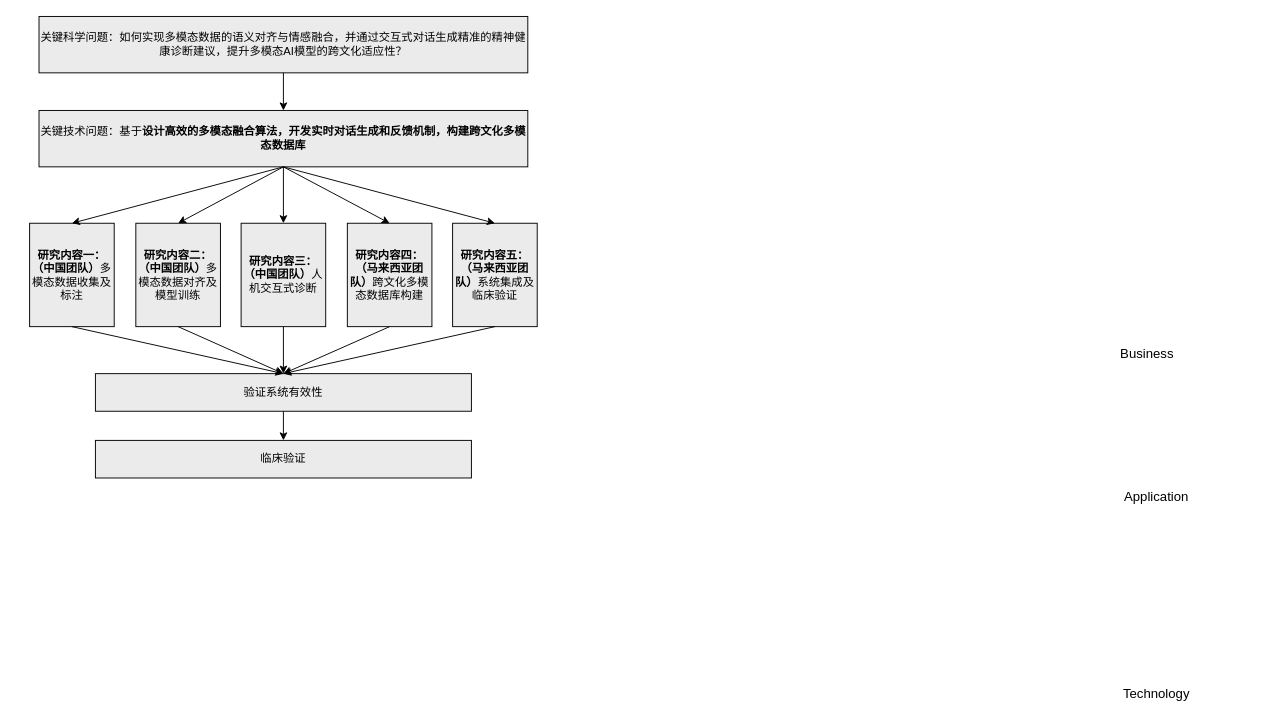
Before: Untitled Diagram.drawio in Kirito12580/Liu, a draw.io diagram. Source tidied: cells renumbered, new cells numbered last; positions are measured from the earlier drawing's top-left corner, leaving out a move shared by most shapes. Both pictures are drawn from the tidied source at 94%, with x=0, y=0 at pixel (29, 16).
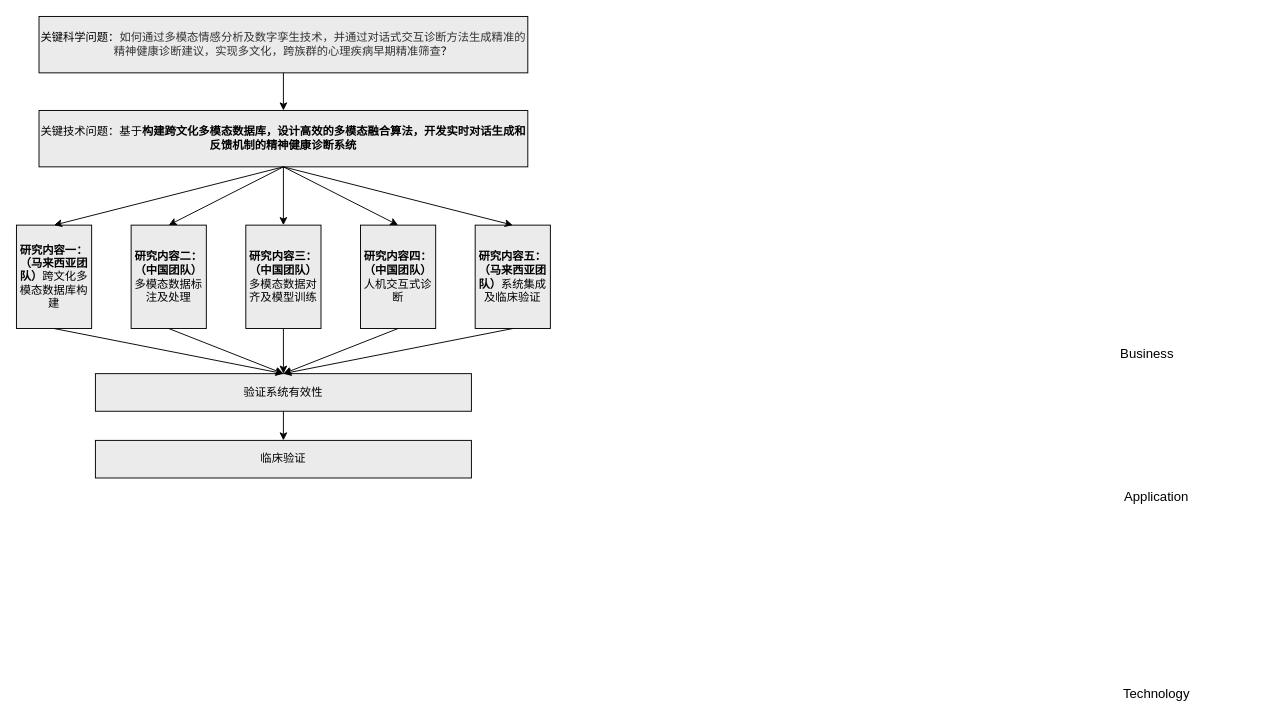
The same page after the edit.

Unchanged cells that the change refers to:
```xml
<mxCell id="12" value="验证系统有效性" style="html=1;outlineConnect=0;whiteSpace=wrap;fillColor=#EBEBEB;shape=mxgraph.archimate3.application;appType=generic;archiType=square;" parent="1" vertex="1">
  <mxGeometry x="70" y="380" width="400" height="40" as="geometry" />
</mxCell>
```

The edit, as a diff of the source:
```diff
@@
-    <mxCell id="5" value="关键科学问题：如何实现多模态数据的语义对齐与情感融合，并通过交互式对话生成精准的精神健康诊断建议，提升多模态AI模型的跨文化适应性？" style="html=1;outlineConnect=0;whiteSpace=wrap;fillColor=#EBEBEB;shape=mxgraph.archimate3.application;appType=generic;archiType=square;" parent="1" vertex="1">
+    <mxCell id="5" value="关键科学问题：&lt;span style=&quot;color: rgb(51, 51, 51); letter-spacing: 0pt; text-align: justify; text-indent: 2em;&quot;&gt;&lt;font face=&quot;Helvetica&quot; style=&quot;font-size: 12px;&quot;&gt;如何通过多模态情感分析及数字孪生技术，并通过对话式交互诊断方法生成精准的精神健康诊断建议，实现多文化，跨族群的心理疾病早期精准筛查&lt;/font&gt;&lt;/span&gt;&lt;span style=&quot;background-color: initial;&quot;&gt;？&lt;/span&gt;&lt;div style=&quot;font-size: medium; text-align: start;&quot;&gt;&lt;/div&gt;" style="html=1;outlineConnect=0;whiteSpace=wrap;fillColor=#EBEBEB;shape=mxgraph.archimate3.application;appType=generic;archiType=square;" parent="1" vertex="1">
       <mxGeometry x="10" width="520" height="60" as="geometry" />
     </mxCell>
-    <mxCell id="6" value="关键技术问题：基于&lt;b&gt;设计高效的多模态融合算法，开发实时对话生成和反馈机制，构建跨文化多模态数据库&lt;/b&gt;" style="html=1;outlineConnect=0;whiteSpace=wrap;fillColor=#EBEBEB;shape=mxgraph.archimate3.application;appType=generic;archiType=square;" parent="1" vertex="1">
+    <mxCell id="6" value="关键技术问题：基于&lt;b&gt;构建跨文化多模态数据库，&lt;/b&gt;&lt;b&gt;设计高效的多模态融合算法，开发实时对话生成和反馈机制的精神健康诊断系统&lt;/b&gt;" style="html=1;outlineConnect=0;whiteSpace=wrap;fillColor=#EBEBEB;shape=mxgraph.archimate3.application;appType=generic;archiType=square;" parent="1" vertex="1">
       <mxGeometry x="10" y="100" width="520" height="60" as="geometry" />
     </mxCell>
-    <mxCell id="7" value="&lt;b&gt;研究内容一：（中国团队）&lt;/b&gt;多模态数据收集及标注" style="html=1;outlineConnect=0;whiteSpace=wrap;fillColor=#EBEBEB;shape=mxgraph.archimate3.application;appType=generic;archiType=square;" parent="1" vertex="1">
-      <mxGeometry y="220" width="90" height="110" as="geometry" />
+    <mxCell id="7" value="&lt;b&gt;研究内容二：（中国团队）&lt;/b&gt;多模态数据标注及处理" style="html=1;outlineConnect=0;whiteSpace=wrap;fillColor=#EBEBEB;shape=mxgraph.archimate3.application;appType=generic;archiType=square;" parent="1" vertex="1">
+      <mxGeometry x="108" y="222" width="80" height="110" as="geometry" />
     </mxCell>
-    <mxCell id="8" value="&lt;b&gt;研究内容二：（中国团队）&lt;/b&gt;多模态数据对齐及模型训练" style="html=1;outlineConnect=0;whiteSpace=wrap;fillColor=#EBEBEB;shape=mxgraph.archimate3.application;appType=generic;archiType=square;" parent="1" vertex="1">
-      <mxGeometry x="113" y="220" width="90" height="110" as="geometry" />
+    <mxCell id="8" value="&lt;b&gt;研究内容三：（中国团队）&lt;/b&gt;多模态数据对齐及模型训练" style="html=1;outlineConnect=0;whiteSpace=wrap;fillColor=#EBEBEB;shape=mxgraph.archimate3.application;appType=generic;archiType=square;" parent="1" vertex="1">
+      <mxGeometry x="230" y="222" width="80" height="110" as="geometry" />
     </mxCell>
-    <mxCell id="9" value="&lt;b&gt;研究内容三：（中国团队）&lt;/b&gt;人机交互式诊断" style="html=1;outlineConnect=0;whiteSpace=wrap;fillColor=#EBEBEB;shape=mxgraph.archimate3.application;appType=generic;archiType=square;" parent="1" vertex="1">
-      <mxGeometry x="225" y="220" width="90" height="110" as="geometry" />
+    <mxCell id="9" value="&lt;b&gt;研究内容四：（中国团队）&lt;/b&gt;人机交互式诊断" style="html=1;outlineConnect=0;whiteSpace=wrap;fillColor=#EBEBEB;shape=mxgraph.archimate3.application;appType=generic;archiType=square;" parent="1" vertex="1">
+      <mxGeometry x="352" y="222" width="80" height="110" as="geometry" />
     </mxCell>
-    <mxCell id="10" value="&lt;b&gt;研究内容四：（马来西亚团队）&lt;/b&gt;跨文化多模态数据库构建" style="html=1;outlineConnect=0;whiteSpace=wrap;fillColor=#EBEBEB;shape=mxgraph.archimate3.application;appType=generic;archiType=square;" parent="1" vertex="1">
-      <mxGeometry x="338" y="220" width="90" height="110" as="geometry" />
+    <mxCell id="10" value="&lt;b&gt;研究内容一：（马来西亚团队）&lt;/b&gt;跨文化多模态数据库构建" style="html=1;outlineConnect=0;whiteSpace=wrap;fillColor=#EBEBEB;shape=mxgraph.archimate3.application;appType=generic;archiType=square;" parent="1" vertex="1">
+      <mxGeometry x="-14" y="222" width="80" height="110" as="geometry" />
     </mxCell>
     <mxCell id="11" value="&lt;b&gt;研究内容五：（马来西亚团队）&lt;/b&gt;系统集成及临床验证" style="html=1;outlineConnect=0;whiteSpace=wrap;fillColor=#EBEBEB;shape=mxgraph.archimate3.application;appType=generic;archiType=square;" parent="1" vertex="1">
-      <mxGeometry x="450" y="220" width="90" height="110" as="geometry" />
+      <mxGeometry x="474" y="222" width="80" height="110" as="geometry" />
     </mxCell>
@@
-    <mxCell id="16" style="rounded=0;jettySize=auto;html=1;exitX=0.5;exitY=1;exitDx=0;exitDy=0;exitPerimeter=0;entryX=0.5;entryY=0;entryDx=0;entryDy=0;entryPerimeter=0;" parent="1" edge="1" source="6" target="8">
+    <mxCell id="16" style="rounded=0;jettySize=auto;html=1;exitX=0.5;exitY=1;exitDx=0;exitDy=0;exitPerimeter=0;entryX=0.5;entryY=0;entryDx=0;entryDy=0;entryPerimeter=0;edgeStyle=orthogonalEdgeStyle;" parent="1" edge="1" source="6" target="8">
       <mxGeometry relative="1" as="geometry" />
     </mxCell>
-    <mxCell id="17" style="edgeStyle=orthogonalEdgeStyle;rounded=0;jettySize=auto;html=1;exitX=0.5;exitY=1;exitDx=0;exitDy=0;exitPerimeter=0;entryX=0.5;entryY=0;entryDx=0;entryDy=0;entryPerimeter=0;" parent="1" edge="1" source="6" target="9">
+    <mxCell id="17" style="rounded=0;jettySize=auto;html=1;exitX=0.5;exitY=1;exitDx=0;exitDy=0;exitPerimeter=0;entryX=0.5;entryY=0;entryDx=0;entryDy=0;entryPerimeter=0;" parent="1" edge="1" source="6" target="9">
       <mxGeometry relative="1" as="geometry" />
     </mxCell>
@@
-    <mxCell id="22" style="rounded=0;jettySize=auto;html=1;exitX=0.5;exitY=1;exitDx=0;exitDy=0;exitPerimeter=0;entryX=0.5;entryY=0;entryDx=0;entryDy=0;entryPerimeter=0;" parent="1" edge="1" source="8" target="12">
+    <mxCell id="22" style="rounded=0;jettySize=auto;html=1;exitX=0.5;exitY=1;exitDx=0;exitDy=0;exitPerimeter=0;entryX=0.5;entryY=0;entryDx=0;entryDy=0;entryPerimeter=0;edgeStyle=orthogonalEdgeStyle;" parent="1" edge="1" source="8" target="12">
       <mxGeometry relative="1" as="geometry" />
     </mxCell>
-    <mxCell id="23" style="edgeStyle=orthogonalEdgeStyle;rounded=0;jettySize=auto;html=1;exitX=0.5;exitY=1;exitDx=0;exitDy=0;exitPerimeter=0;entryX=0.5;entryY=0;entryDx=0;entryDy=0;entryPerimeter=0;" parent="1" edge="1" source="9" target="12">
+    <mxCell id="23" style="rounded=0;jettySize=auto;html=1;exitX=0.5;exitY=1;exitDx=0;exitDy=0;exitPerimeter=0;entryX=0.5;entryY=0;entryDx=0;entryDy=0;entryPerimeter=0;" parent="1" edge="1" source="9" target="12">
       <mxGeometry relative="1" as="geometry" />
     </mxCell>
```
